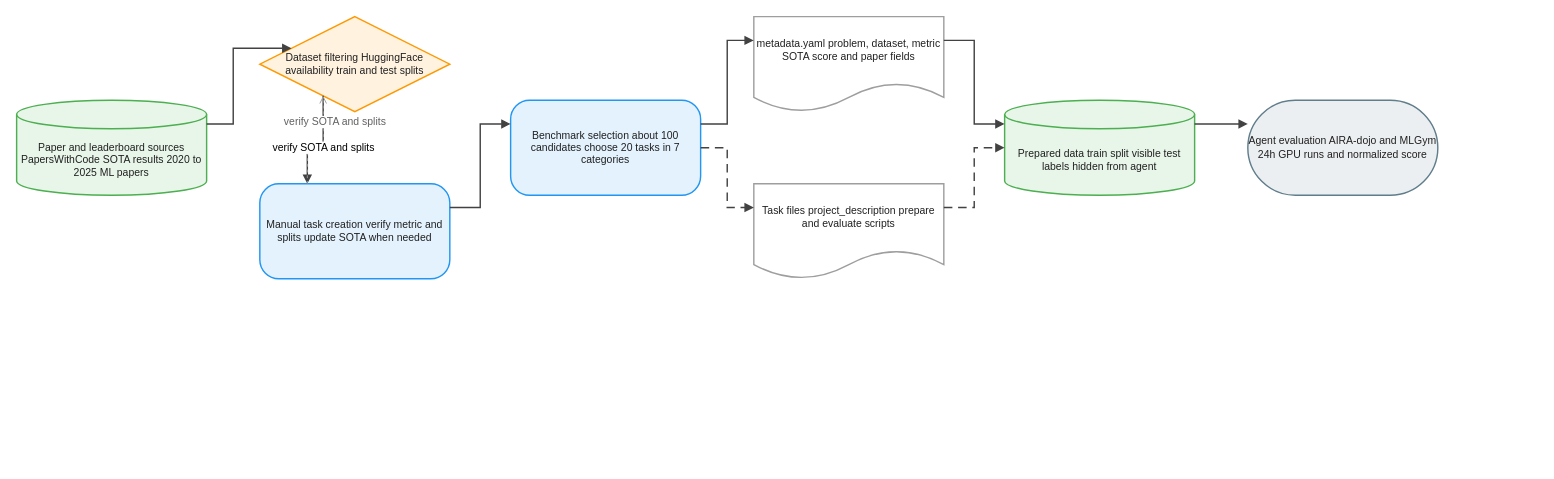
The draw.io diagram client/public/drawio/AIRS-Bench/AIRS-Bench.en.drawio in joe1chief/benchmark-hub, before the edit. Source tidied: cells renumbered, new cells numbered last; positions are measured from the earlier drawing's top-left corner, leaving out a move shared by most shapes. Both pictures are drawn from the tidied source at 95%, with x=0, y=0 at pixel (16, 16).
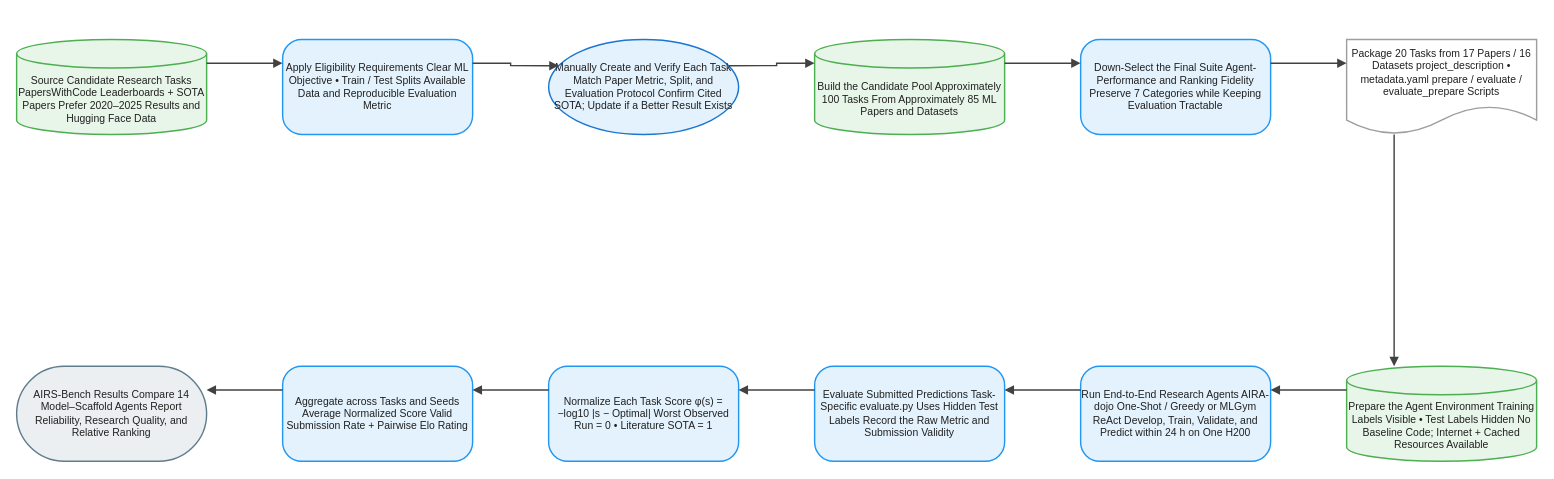
The same diagram, later.

Change to the diagram source:
```diff
@@
-    <mxCell id="2" value="Paper and leaderboard sources PapersWithCode SOTA results 2020 to 2025 ML papers" style="shape=cylinder3;boundedLbl=1;backgroundOutline=1;size=15;html=1;whiteSpace=wrap;fillColor=#E8F5E9;strokeColor=#4CAF50;strokeWidth=1.5;fontColor=#212121;fontSize=11;fontFamily=Arial, Helvetica, sans-serif;verticalAlign=middle;align=center;" parent="1" vertex="1">
-      <mxGeometry y="88" width="200" height="100" as="geometry" />
+    <mxCell id="2" value="Source Candidate Research Tasks PapersWithCode Leaderboards + SOTA Papers Prefer 2020–2025 Results and Hugging Face Data" style="shape=cylinder3;boundedLbl=1;backgroundOutline=1;size=15;html=1;whiteSpace=wrap;fillColor=#E8F5E9;strokeColor=#4CAF50;strokeWidth=1.5;fontColor=#212121;fontSize=11;fontFamily=Arial, Helvetica, sans-serif;verticalAlign=middle;align=center;" parent="1" vertex="1">
+      <mxGeometry y="24" width="200" height="100" as="geometry" />
     </mxCell>
-    <mxCell id="3" value="Dataset filtering HuggingFace availability train and test splits" style="rhombus;html=1;whiteSpace=wrap;fillColor=#FFF3E0;strokeColor=#FF9800;strokeWidth=1.5;fontColor=#212121;fontSize=11;fontFamily=Arial, Helvetica, sans-serif;verticalAlign=middle;align=center;" parent="1" vertex="1">
-      <mxGeometry x="256" width="200" height="100" as="geometry" />
+    <mxCell id="3" value="Apply Eligibility Requirements Clear ML Objective • Train / Test Splits Available Data and Reproducible Evaluation Metric" style="rounded=1;arcSize=20;html=1;whiteSpace=wrap;fillColor=#E3F2FD;strokeColor=#2196F3;strokeWidth=1.5;fontColor=#212121;fontSize=11;fontFamily=Arial, Helvetica, sans-serif;verticalAlign=middle;align=center;" parent="1" vertex="1">
+      <mxGeometry x="280" y="24" width="200" height="100" as="geometry" />
     </mxCell>
-    <mxCell id="4" value="Manual task creation verify metric and splits update SOTA when needed" style="rounded=1;arcSize=20;html=1;whiteSpace=wrap;fillColor=#E3F2FD;strokeColor=#2196F3;strokeWidth=1.5;fontColor=#212121;fontSize=11;fontFamily=Arial, Helvetica, sans-serif;verticalAlign=middle;align=center;" parent="1" vertex="1">
-      <mxGeometry x="256" y="176" width="200" height="100" as="geometry" />
+    <mxCell id="4" value="Manually Create and Verify Each Task Match Paper Metric, Split, and Evaluation Protocol Confirm Cited SOTA; Update if a Better Result Exists" style="ellipse;html=1;whiteSpace=wrap;fillColor=#E3F2FD;strokeColor=#1976D2;strokeWidth=1.5;fontColor=#212121;fontSize=11;fontFamily=Arial, Helvetica, sans-serif;verticalAlign=middle;align=center;" parent="1" vertex="1">
+      <mxGeometry x="560" y="24" width="200" height="100" as="geometry" />
     </mxCell>
-    <mxCell id="5" value="Benchmark selection about 100 candidates choose 20 tasks in 7 categories" style="rounded=1;arcSize=20;html=1;whiteSpace=wrap;fillColor=#E3F2FD;strokeColor=#2196F3;strokeWidth=1.5;fontColor=#212121;fontSize=11;fontFamily=Arial, Helvetica, sans-serif;verticalAlign=middle;align=center;" parent="1" vertex="1">
-      <mxGeometry x="520" y="88" width="200" height="100" as="geometry" />
+    <mxCell id="5" value="Build the Candidate Pool Approximately 100 Tasks From Approximately 85 ML Papers and Datasets" style="shape=cylinder3;boundedLbl=1;backgroundOutline=1;size=15;html=1;whiteSpace=wrap;fillColor=#E8F5E9;strokeColor=#4CAF50;strokeWidth=1.5;fontColor=#212121;fontSize=11;fontFamily=Arial, Helvetica, sans-serif;verticalAlign=middle;align=center;" parent="1" vertex="1">
+      <mxGeometry x="840" y="24" width="200" height="100" as="geometry" />
     </mxCell>
-    <mxCell id="6" value="metadata.yaml problem, dataset, metric SOTA score and paper fields" style="shape=document;boundedLbl=1;html=1;whiteSpace=wrap;fillColor=#FFFFFF;strokeColor=#9E9E9E;strokeWidth=1.5;fontColor=#212121;fontSize=11;fontFamily=Arial, Helvetica, sans-serif;verticalAlign=middle;align=center;" parent="1" vertex="1">
-      <mxGeometry x="776" width="200" height="100" as="geometry" />
+    <mxCell id="6" value="Down-Select the Final Suite Agent-Performance and Ranking Fidelity Preserve 7 Categories while Keeping Evaluation Tractable" style="rounded=1;arcSize=20;html=1;whiteSpace=wrap;fillColor=#E3F2FD;strokeColor=#2196F3;strokeWidth=1.5;fontColor=#212121;fontSize=11;fontFamily=Arial, Helvetica, sans-serif;verticalAlign=middle;align=center;" parent="1" vertex="1">
+      <mxGeometry x="1120" y="24" width="200" height="100" as="geometry" />
     </mxCell>
-    <mxCell id="7" value="Task files project_description prepare and evaluate scripts" style="shape=document;boundedLbl=1;html=1;whiteSpace=wrap;fillColor=#FFFFFF;strokeColor=#9E9E9E;strokeWidth=1.5;fontColor=#212121;fontSize=11;fontFamily=Arial, Helvetica, sans-serif;verticalAlign=middle;align=center;" parent="1" vertex="1">
-      <mxGeometry x="776" y="176" width="200" height="100" as="geometry" />
+    <mxCell id="7" value="Package 20 Tasks from 17 Papers / 16 Datasets project_description • metadata.yaml prepare / evaluate / evaluate_prepare Scripts" style="shape=document;boundedLbl=1;html=1;whiteSpace=wrap;fillColor=#FFFFFF;strokeColor=#9E9E9E;strokeWidth=1.5;fontColor=#212121;fontSize=11;fontFamily=Arial, Helvetica, sans-serif;verticalAlign=middle;align=center;" parent="1" vertex="1">
+      <mxGeometry x="1400" y="24" width="200" height="100" as="geometry" />
     </mxCell>
-    <mxCell id="8" value="Prepared data train split visible test labels hidden from agent" style="shape=cylinder3;boundedLbl=1;backgroundOutline=1;size=15;html=1;whiteSpace=wrap;fillColor=#E8F5E9;strokeColor=#4CAF50;strokeWidth=1.5;fontColor=#212121;fontSize=11;fontFamily=Arial, Helvetica, sans-serif;verticalAlign=middle;align=center;" parent="1" vertex="1">
-      <mxGeometry x="1040" y="88" width="200" height="100" as="geometry" />
+    <mxCell id="8" value="Prepare the Agent Environment Training Labels Visible • Test Labels Hidden No Baseline Code; Internet + Cached Resources Available" style="shape=cylinder3;boundedLbl=1;backgroundOutline=1;size=15;html=1;whiteSpace=wrap;fillColor=#E8F5E9;strokeColor=#4CAF50;strokeWidth=1.5;fontColor=#212121;fontSize=11;fontFamily=Arial, Helvetica, sans-serif;verticalAlign=middle;align=center;" parent="1" vertex="1">
+      <mxGeometry x="1400" y="368" width="200" height="100" as="geometry" />
     </mxCell>
-    <mxCell id="9" value="Agent evaluation AIRA-dojo and MLGym 24h GPU runs and normalized score" style="rounded=1;arcSize=50;html=1;whiteSpace=wrap;fillColor=#ECEFF1;strokeColor=#607D8B;strokeWidth=1.5;fontColor=#212121;fontSize=11;fontFamily=Arial, Helvetica, sans-serif;verticalAlign=middle;align=center;" parent="1" vertex="1">
-      <mxGeometry x="1296" y="88" width="200" height="100" as="geometry" />
+    <mxCell id="9" value="Run End-to-End Research Agents AIRA-dojo One-Shot / Greedy or MLGym ReAct Develop, Train, Validate, and Predict within 24 h on One H200" style="rounded=1;arcSize=20;html=1;whiteSpace=wrap;fillColor=#E3F2FD;strokeColor=#2196F3;strokeWidth=1.5;fontColor=#212121;fontSize=11;fontFamily=Arial, Helvetica, sans-serif;verticalAlign=middle;align=center;" parent="1" vertex="1">
+      <mxGeometry x="1120" y="368" width="200" height="100" as="geometry" />
     </mxCell>
-    <mxCell id="10" style="edgeStyle=orthogonalEdgeStyle;rounded=0;jettySize=auto;html=1;strokeColor=#424242;strokeWidth=1.5;endArrow=block;endFill=1;exitX=1;exitY=0.25;exitDx=0;exitDy=0;entryX=0;entryY=0.25;entryDx=0;entryDy=0;jumpStyle=arc;jumpSize=8;" parent="1" edge="1" source="2" target="3">
-      <mxGeometry relative="1" as="geometry" />
+    <mxCell id="10" value="Evaluate Submitted Predictions Task-Specific evaluate.py Uses Hidden Test Labels Record the Raw Metric and Submission Validity" style="rounded=1;arcSize=20;html=1;whiteSpace=wrap;fillColor=#E3F2FD;strokeColor=#2196F3;strokeWidth=1.5;fontColor=#212121;fontSize=11;fontFamily=Arial, Helvetica, sans-serif;verticalAlign=middle;align=center;" parent="1" vertex="1">
+      <mxGeometry x="840" y="368" width="200" height="100" as="geometry" />
     </mxCell>
-    <mxCell id="11" style="edgeStyle=orthogonalEdgeStyle;rounded=0;jettySize=auto;html=1;strokeColor=#424242;strokeWidth=1.5;endArrow=block;endFill=1;exitX=0.25;exitY=1;exitDx=0;exitDy=0;entryX=0.25;entryY=0;entryDx=0;entryDy=0;jumpStyle=arc;jumpSize=8;" parent="1" edge="1" source="3" target="4">
-      <mxGeometry relative="1" as="geometry" />
+    <mxCell id="11" value="Normalize Each Task Score φ(s) = −log10 |s − Optimal| Worst Observed Run = 0 • Literature SOTA = 1" style="rounded=1;arcSize=20;html=1;whiteSpace=wrap;fillColor=#E3F2FD;strokeColor=#2196F3;strokeWidth=1.5;fontColor=#212121;fontSize=11;fontFamily=Arial, Helvetica, sans-serif;verticalAlign=middle;align=center;" parent="1" vertex="1">
+      <mxGeometry x="560" y="368" width="200" height="100" as="geometry" />
     </mxCell>
-    <mxCell id="12" value="verify SOTA and splits" style="edgeStyle=orthogonalEdgeStyle;rounded=0;jettySize=auto;html=1;strokeColor=#9E9E9E;strokeWidth=1;endArrow=open;endFill=0;exitX=0.25;exitY=0;exitDx=0;exitDy=0;entryX=0.25;entryY=1;entryDx=0;entryDy=0;dashed=1;dashPattern=3 3;jumpStyle=arc;jumpSize=8;" parent="1" edge="1" source="4" target="3">
-      <mxGeometry relative="1" as="geometry" />
+    <mxCell id="12" value="Aggregate across Tasks and Seeds Average Normalized Score Valid Submission Rate + Pairwise Elo Rating" style="rounded=1;arcSize=20;html=1;whiteSpace=wrap;fillColor=#E3F2FD;strokeColor=#2196F3;strokeWidth=1.5;fontColor=#212121;fontSize=11;fontFamily=Arial, Helvetica, sans-serif;verticalAlign=middle;align=center;" parent="1" vertex="1">
+      <mxGeometry x="280" y="368" width="200" height="100" as="geometry" />
     </mxCell>
-    <mxCell id="13" value="verify SOTA and splits" style="edgeLabel;html=1;align=center;verticalAlign=middle;fontSize=11;fontColor=#616161;" parent="12" vertex="1">
-      <mxGeometry x="0.5" relative="1" as="geometry">
-        <mxPoint x="12" as="offset" />
-      </mxGeometry>
+    <mxCell id="13" value="AIRS-Bench Results Compare 14 Model–Scaffold Agents Report Reliability, Research Quality, and Relative Ranking" style="rounded=1;arcSize=50;html=1;whiteSpace=wrap;fillColor=#ECEFF1;strokeColor=#607D8B;strokeWidth=1.5;fontColor=#212121;fontSize=11;fontFamily=Arial, Helvetica, sans-serif;verticalAlign=middle;align=center;" parent="1" vertex="1">
+      <mxGeometry y="368" width="200" height="100" as="geometry" />
     </mxCell>
-    <mxCell id="14" style="edgeStyle=orthogonalEdgeStyle;rounded=0;jettySize=auto;html=1;strokeColor=#424242;strokeWidth=1.5;endArrow=block;endFill=1;exitX=1;exitY=0.25;exitDx=0;exitDy=0;entryX=0;entryY=0.25;entryDx=0;entryDy=0;jumpStyle=arc;jumpSize=8;" parent="1" edge="1" source="4" target="5">
+    <mxCell id="14" style="edgeStyle=orthogonalEdgeStyle;rounded=0;jettySize=auto;html=1;strokeColor=#424242;strokeWidth=1.5;endArrow=block;endFill=1;exitX=1;exitY=0.25;exitDx=0;exitDy=0;entryX=0;entryY=0.25;entryDx=0;entryDy=0;jumpStyle=arc;jumpSize=8;" parent="1" edge="1" source="2" target="3">
       <mxGeometry relative="1" as="geometry" />
     </mxCell>
-    <mxCell id="15" style="edgeStyle=orthogonalEdgeStyle;rounded=0;jettySize=auto;html=1;strokeColor=#424242;strokeWidth=1.5;endArrow=block;endFill=1;exitX=1;exitY=0.25;exitDx=0;exitDy=0;entryX=0;entryY=0.25;entryDx=0;entryDy=0;jumpStyle=arc;jumpSize=8;" parent="1" edge="1" source="5" target="6">
+    <mxCell id="15" style="edgeStyle=orthogonalEdgeStyle;rounded=0;jettySize=auto;html=1;strokeColor=#424242;strokeWidth=1.5;endArrow=block;endFill=1;exitX=1;exitY=0.25;exitDx=0;exitDy=0;entryX=0;entryY=0.25;entryDx=0;entryDy=0;jumpStyle=arc;jumpSize=8;" parent="1" edge="1" source="3" target="4">
       <mxGeometry relative="1" as="geometry" />
     </mxCell>
-    <mxCell id="16" style="edgeStyle=orthogonalEdgeStyle;rounded=0;jettySize=auto;html=1;strokeColor=#424242;strokeWidth=1.5;endArrow=block;endFill=1;exitX=1;exitY=0.5;exitDx=0;exitDy=0;entryX=0;entryY=0.25;entryDx=0;entryDy=0;dashed=1;dashPattern=6 4;jumpStyle=arc;jumpSize=8;" parent="1" edge="1" source="5" target="7">
+    <mxCell id="16" style="edgeStyle=orthogonalEdgeStyle;rounded=0;jettySize=auto;html=1;strokeColor=#424242;strokeWidth=1.5;endArrow=block;endFill=1;exitX=1;exitY=0.25;exitDx=0;exitDy=0;entryX=0;entryY=0.25;entryDx=0;entryDy=0;jumpStyle=arc;jumpSize=8;" parent="1" edge="1" source="4" target="5">
       <mxGeometry relative="1" as="geometry" />
     </mxCell>
-    <mxCell id="17" style="edgeStyle=orthogonalEdgeStyle;rounded=0;jettySize=auto;html=1;strokeColor=#424242;strokeWidth=1.5;endArrow=block;endFill=1;exitX=1;exitY=0.25;exitDx=0;exitDy=0;entryX=0;entryY=0.25;entryDx=0;entryDy=0;jumpStyle=arc;jumpSize=8;" parent="1" edge="1" source="6" target="8">
+    <mxCell id="17" style="edgeStyle=orthogonalEdgeStyle;rounded=0;jettySize=auto;html=1;strokeColor=#424242;strokeWidth=1.5;endArrow=block;endFill=1;exitX=1;exitY=0.25;exitDx=0;exitDy=0;entryX=0;entryY=0.25;entryDx=0;entryDy=0;jumpStyle=arc;jumpSize=8;" parent="1" edge="1" source="5" target="6">
       <mxGeometry relative="1" as="geometry" />
     </mxCell>
-    <mxCell id="18" style="edgeStyle=orthogonalEdgeStyle;rounded=0;jettySize=auto;html=1;strokeColor=#424242;strokeWidth=1.5;endArrow=block;endFill=1;exitX=1;exitY=0.25;exitDx=0;exitDy=0;entryX=0;entryY=0.5;entryDx=0;entryDy=0;dashed=1;dashPattern=6 4;jumpStyle=arc;jumpSize=8;" parent="1" edge="1" source="7" target="8">
+    <mxCell id="18" style="edgeStyle=orthogonalEdgeStyle;rounded=0;jettySize=auto;html=1;strokeColor=#424242;strokeWidth=1.5;endArrow=block;endFill=1;exitX=1;exitY=0.25;exitDx=0;exitDy=0;entryX=0;entryY=0.25;entryDx=0;entryDy=0;jumpStyle=arc;jumpSize=8;" parent="1" edge="1" source="6" target="7">
       <mxGeometry relative="1" as="geometry" />
     </mxCell>
-    <mxCell id="19" style="edgeStyle=orthogonalEdgeStyle;rounded=0;jettySize=auto;html=1;strokeColor=#424242;strokeWidth=1.5;endArrow=block;endFill=1;exitX=1;exitY=0.25;exitDx=0;exitDy=0;entryX=0;entryY=0.25;entryDx=0;entryDy=0;jumpStyle=arc;jumpSize=8;" parent="1" edge="1" source="8" target="9">
+    <mxCell id="19" style="edgeStyle=orthogonalEdgeStyle;rounded=0;jettySize=auto;html=1;strokeColor=#424242;strokeWidth=1.5;endArrow=block;endFill=1;exitX=0.25;exitY=1;exitDx=0;exitDy=0;entryX=0.25;entryY=0;entryDx=0;entryDy=0;jumpStyle=arc;jumpSize=8;" parent="1" edge="1" source="7" target="8">
       <mxGeometry relative="1" as="geometry" />
     </mxCell>
+    <mxCell id="20" style="edgeStyle=orthogonalEdgeStyle;rounded=0;jettySize=auto;html=1;strokeColor=#424242;strokeWidth=1.5;endArrow=block;endFill=1;exitX=0;exitY=0.25;exitDx=0;exitDy=0;entryX=1;entryY=0.25;entryDx=0;entryDy=0;jumpStyle=arc;jumpSize=8;" parent="1" edge="1" source="8" target="9">
+      <mxGeometry relative="1" as="geometry" />
+    </mxCell>
+    <mxCell id="21" style="edgeStyle=orthogonalEdgeStyle;rounded=0;jettySize=auto;html=1;strokeColor=#424242;strokeWidth=1.5;endArrow=block;endFill=1;exitX=0;exitY=0.25;exitDx=0;exitDy=0;entryX=1;entryY=0.25;entryDx=0;entryDy=0;jumpStyle=arc;jumpSize=8;" parent="1" edge="1" source="9" target="10">
+      <mxGeometry relative="1" as="geometry" />
+    </mxCell>
+    <mxCell id="22" style="edgeStyle=orthogonalEdgeStyle;rounded=0;jettySize=auto;html=1;strokeColor=#424242;strokeWidth=1.5;endArrow=block;endFill=1;exitX=0;exitY=0.25;exitDx=0;exitDy=0;entryX=1;entryY=0.25;entryDx=0;entryDy=0;jumpStyle=arc;jumpSize=8;" parent="1" edge="1" source="10" target="11">
+      <mxGeometry relative="1" as="geometry" />
+    </mxCell>
+    <mxCell id="23" style="edgeStyle=orthogonalEdgeStyle;rounded=0;jettySize=auto;html=1;strokeColor=#424242;strokeWidth=1.5;endArrow=block;endFill=1;exitX=0;exitY=0.25;exitDx=0;exitDy=0;entryX=1;entryY=0.25;entryDx=0;entryDy=0;jumpStyle=arc;jumpSize=8;" parent="1" edge="1" source="11" target="12">
+      <mxGeometry relative="1" as="geometry" />
+    </mxCell>
+    <mxCell id="24" style="edgeStyle=orthogonalEdgeStyle;rounded=0;jettySize=auto;html=1;strokeColor=#424242;strokeWidth=1.5;endArrow=block;endFill=1;exitX=0;exitY=0.25;exitDx=0;exitDy=0;entryX=1;entryY=0.25;entryDx=0;entryDy=0;jumpStyle=arc;jumpSize=8;" parent="1" edge="1" source="12" target="13">
+      <mxGeometry relative="1" as="geometry" />
+    </mxCell>
```
